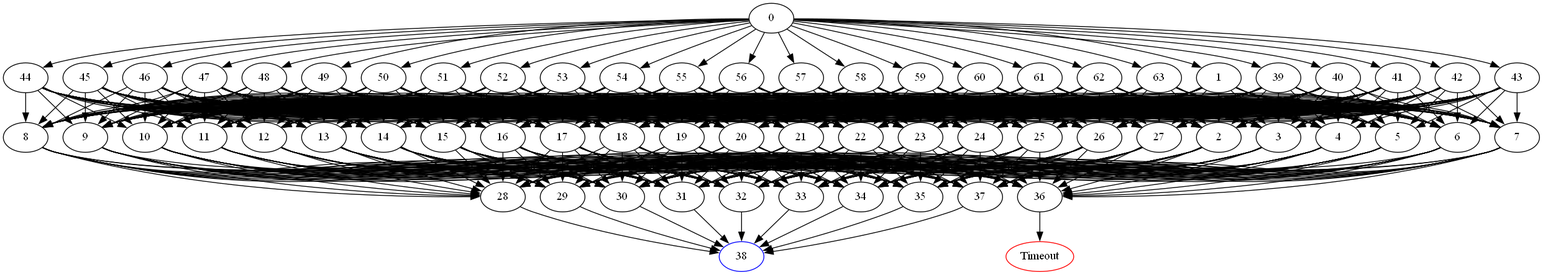
Above: DomainPicture/a8yj.05356.comdirected_graph.png in Asikl/MazeMapper (Graphviz), before the change. Its source is kept beside it as DomainPicture/a8yj.05356.comdirected_graph.dot. Its diagram source:
```dot
digraph G {
	0 -> 1;
	0 -> 39;
	0 -> 40;
	0 -> 41;
	0 -> 42;
	0 -> 43;
	0 -> 44;
	0 -> 45;
	0 -> 46;
	0 -> 47;
	0 -> 48;
	0 -> 49;
	0 -> 50;
	0 -> 51;
	0 -> 52;
	0 -> 53;
	0 -> 54;
	0 -> 55;
	0 -> 56;
	0 -> 57;
	0 -> 58;
	0 -> 59;
	0 -> 60;
	0 -> 61;
	0 -> 62;
	0 -> 63;
	1 -> 2;
	1 -> 3;
	1 -> 4;
	1 -> 5;
	1 -> 6;
	1 -> 7;
	1 -> 8;
	1 -> 9;
	1 -> 10;
	1 -> 11;
	1 -> 12;
	1 -> 13;
	1 -> 14;
	1 -> 15;
	1 -> 16;
	1 -> 17;
	1 -> 18;
	1 -> 19;
	1 -> 20;
	1 -> 21;
	1 -> 22;
	1 -> 23;
	1 -> 24;
	1 -> 25;
	1 -> 26;
	1 -> 27;
	2 -> 28;
	2 -> 29;
	2 -> 30;
	2 -> 31;
	2 -> 32;
	2 -> 33;
	2 -> 34;
	2 -> 35;
	2 -> 36;
	2 -> 37;
	3 -> 28;
	3 -> 29;
	3 -> 30;
	3 -> 31;
	3 -> 32;
	3 -> 33;
	3 -> 34;
	3 -> 35;
	3 -> 36;
	3 -> 37;
	4 -> 28;
	4 -> 29;
	4 -> 30;
	4 -> 31;
	4 -> 32;
	4 -> 33;
	4 -> 34;
	4 -> 35;
	4 -> 36;
	4 -> 37;
	5 -> 28;
	5 -> 29;
	5 -> 30;
	5 -> 31;
	5 -> 32;
	5 -> 33;
	5 -> 34;
	5 -> 35;
	5 -> 36;
	5 -> 37;
	6 -> 28;
	6 -> 29;
	6 -> 30;
	6 -> 31;
	6 -> 32;
	6 -> 33;
	6 -> 34;
	6 -> 35;
	6 -> 36;
	6 -> 37;
	7 -> 28;
	7 -> 29;
	7 -> 30;
	7 -> 31;
	7 -> 32;
	7 -> 33;
	7 -> 34;
	7 -> 35;
	7 -> 36;
	7 -> 37;
	8 -> 28;
	8 -> 29;
	8 -> 30;
	8 -> 31;
	8 -> 32;
	8 -> 33;
	8 -> 34;
	8 -> 35;
	8 -> 36;
	8 -> 37;
	9 -> 28;
	9 -> 29;
	9 -> 30;
	9 -> 31;
	9 -> 32;
	9 -> 33;
	9 -> 34;
	9 -> 35;
	9 -> 36;
	9 -> 37;
	10 -> 28;
	10 -> 29;
	10 -> 30;
	10 -> 31;
	10 -> 32;
	10 -> 33;
	10 -> 34;
	10 -> 35;
	10 -> 36;
	10 -> 37;
	11 -> 28;
	11 -> 29;
	11 -> 30;
	11 -> 31;
	11 -> 32;
	11 -> 33;
	11 -> 34;
	11 -> 35;
	11 -> 36;
	11 -> 37;
	12 -> 28;
	12 -> 29;
	12 -> 30;
	12 -> 31;
	12 -> 32;
	12 -> 33;
	12 -> 34;
	12 -> 35;
	12 -> 36;
	12 -> 37;
	13 -> 28;
	13 -> 29;
	13 -> 30;
	13 -> 31;
	13 -> 32;
	13 -> 33;
	13 -> 34;
	13 -> 35;
	13 -> 36;
	13 -> 37;
	14 -> 28;
	14 -> 29;
	14 -> 30;
	14 -> 31;
	14 -> 32;
	14 -> 33;
	14 -> 34;
	14 -> 35;
	14 -> 36;
	14 -> 37;
	15 -> 28;
	15 -> 29;
	15 -> 30;
	15 -> 31;
	15 -> 32;
	15 -> 33;
	15 -> 34;
	15 -> 35;
	15 -> 36;
	15 -> 37;
	16 -> 28;
	16 -> 29;
	16 -> 30;
	16 -> 31;
	16 -> 32;
	16 -> 33;
	16 -> 34;
	16 -> 35;
	16 -> 36;
	16 -> 37;
	17 -> 28;
	17 -> 29;
	17 -> 30;
	17 -> 31;
	17 -> 32;
	17 -> 33;
	17 -> 34;
	17 -> 35;
	17 -> 36;
	17 -> 37;
	18 -> 28;
	18 -> 29;
	18 -> 30;
	18 -> 31;
	18 -> 32;
	18 -> 33;
	18 -> 34;
	18 -> 35;
	18 -> 36;
	18 -> 37;
	19 -> 28;
	19 -> 29;
	19 -> 30;
	19 -> 31;
	19 -> 32;
	19 -> 33;
	19 -> 34;
	19 -> 35;
	19 -> 36;
	19 -> 37;
	20 -> 28;
	20 -> 29;
	20 -> 30;
	20 -> 31;
	20 -> 32;
	20 -> 33;
	20 -> 34;
	20 -> 35;
	20 -> 36;
	20 -> 37;
	21 -> 28;
	21 -> 29;
	21 -> 30;
	21 -> 31;
	21 -> 32;
	21 -> 33;
	21 -> 34;
	21 -> 35;
	21 -> 36;
	21 -> 37;
	22 -> 28;
	22 -> 29;
	22 -> 30;
	22 -> 31;
	22 -> 32;
	22 -> 33;
	22 -> 34;
	22 -> 35;
	22 -> 36;
	22 -> 37;
	23 -> 28;
	23 -> 29;
	23 -> 30;
	23 -> 31;
	23 -> 32;
	23 -> 33;
	23 -> 34;
	23 -> 35;
	23 -> 36;
	23 -> 37;
	24 -> 28;
	24 -> 29;
	24 -> 30;
	24 -> 31;
	24 -> 32;
	24 -> 33;
	24 -> 34;
	24 -> 35;
	24 -> 36;
	24 -> 37;
	25 -> 28;
	25 -> 29;
	25 -> 30;
	25 -> 31;
	25 -> 32;
	25 -> 33;
	25 -> 34;
	25 -> 35;
	25 -> 36;
	25 -> 37;
	26 -> 28;
	26 -> 29;
	26 -> 30;
	26 -> 31;
	26 -> 32;
	26 -> 33;
	26 -> 34;
	26 -> 35;
	26 -> 36;
	26 -> 37;
	27 -> 28;
	27 -> 29;
	27 -> 30;
	27 -> 31;
	27 -> 32;
	27 -> 33;
	27 -> 34;
	27 -> 35;
	27 -> 36;
	27 -> 37;
	28 -> "38";
38 [color=blue];
	29 -> "38";
38 [color=blue];
	30 -> "38";
38 [color=blue];
	31 -> "38";
38 [color=blue];
	32 -> "38";
38 [color=blue];
	33 -> "38";
38 [color=blue];
	34 -> "38";
38 [color=blue];
	35 -> "38";
38 [color=blue];
	36 -> "Timeout";
Timeout [color=red];
	37 -> "38";
38 [color=blue];
	39 -> 2;
	39 -> 3;
	39 -> 4;
	39 -> 5;
	39 -> 6;
	39 -> 7;
	39 -> 8;
	39 -> 9;
	39 -> 10;
	39 -> 11;
	39 -> 12;
	39 -> 13;
	39 -> 14;
	39 -> 15;
	39 -> 16;
	39 -> 17;
	39 -> 18;
	39 -> 19;
	39 -> 20;
	39 -> 21;
	39 -> 22;
	39 -> 23;
	39 -> 24;
	39 -> 25;
	39 -> 26;
	39 -> 27;
	40 -> 2;
	40 -> 3;
	40 -> 4;
	40 -> 5;
	40 -> 6;
	40 -> 7;
	40 -> 8;
	40 -> 9;
	40 -> 10;
	40 -> 11;
	40 -> 12;
	40 -> 13;
	40 -> 14;
	40 -> 15;
	40 -> 16;
	40 -> 17;
	40 -> 18;
	40 -> 19;
	40 -> 20;
	40 -> 21;
	40 -> 22;
	40 -> 23;
	40 -> 24;
	40 -> 25;
	40 -> 26;
	40 -> 27;
	41 -> 2;
	41 -> 3;
	41 -> 4;
	41 -> 5;
	41 -> 6;
	41 -> 7;
	41 -> 8;
	41 -> 9;
	41 -> 10;
	41 -> 11;
	41 -> 12;
	41 -> 13;
	41 -> 14;
	41 -> 15;
	41 -> 16;
	41 -> 17;
	41 -> 18;
	41 -> 19;
	41 -> 20;
	41 -> 21;
	41 -> 22;
	41 -> 23;
	41 -> 24;
	41 -> 25;
	41 -> 26;
	41 -> 27;
	42 -> 2;
	42 -> 3;
	42 -> 4;
	42 -> 5;
	42 -> 6;
	42 -> 7;
	42 -> 8;
	42 -> 9;
	42 -> 10;
	42 -> 11;
	42 -> 12;
	42 -> 13;
	42 -> 14;
	42 -> 15;
	42 -> 16;
	42 -> 17;
	42 -> 18;
	42 -> 19;
	42 -> 20;
	42 -> 21;
	42 -> 22;
	42 -> 23;
	42 -> 24;
	42 -> 25;
	42 -> 26;
	42 -> 27;
	43 -> 2;
	43 -> 3;
	43 -> 4;
	43 -> 5;
	43 -> 6;
	43 -> 7;
	43 -> 8;
	43 -> 9;
	43 -> 10;
	43 -> 11;
	43 -> 12;
	43 -> 13;
	43 -> 14;
	43 -> 15;
	43 -> 16;
	43 -> 17;
	43 -> 18;
	43 -> 19;
	43 -> 20;
	43 -> 21;
	43 -> 22;
	43 -> 23;
	43 -> 24;
	43 -> 25;
	43 -> 26;
	43 -> 27;
	44 -> 2;
	44 -> 3;
	44 -> 4;
	44 -> 5;
	44 -> 6;
	44 -> 7;
	44 -> 8;
	44 -> 9;
	44 -> 10;
	44 -> 11;
	44 -> 12;
	44 -> 13;
	44 -> 14;
	44 -> 15;
	44 -> 16;
	44 -> 17;
	44 -> 18;
	44 -> 19;
	44 -> 20;
	44 -> 21;
	44 -> 22;
	44 -> 23;
	44 -> 24;
	44 -> 25;
	44 -> 26;
	44 -> 27;
	45 -> 2;
	45 -> 3;
	45 -> 4;
	45 -> 5;
	45 -> 6;
	45 -> 7;
	45 -> 8;
	45 -> 9;
	45 -> 10;
	45 -> 11;
	45 -> 12;
	45 -> 13;
	45 -> 14;
	45 -> 15;
	45 -> 16;
	45 -> 17;
	45 -> 18;
	45 -> 19;
	45 -> 20;
	45 -> 21;
	45 -> 22;
	45 -> 23;
	45 -> 24;
	45 -> 25;
	45 -> 26;
	45 -> 27;
	46 -> 2;
	46 -> 3;
	46 -> 4;
	46 -> 5;
	46 -> 6;
	46 -> 7;
	46 -> 8;
	46 -> 9;
	46 -> 10;
	46 -> 11;
	46 -> 12;
	46 -> 13;
	46 -> 14;
	46 -> 15;
	46 -> 16;
	46 -> 17;
	46 -> 18;
	46 -> 19;
	46 -> 20;
	46 -> 21;
	46 -> 22;
	46 -> 23;
	46 -> 24;
	46 -> 25;
	46 -> 26;
	46 -> 27;
	47 -> 2;
	47 -> 3;
	47 -> 4;
	47 -> 5;
	47 -> 6;
	47 -> 7;
	47 -> 8;
	47 -> 9;
	47 -> 10;
	47 -> 11;
	47 -> 12;
	47 -> 13;
	47 -> 14;
	47 -> 15;
	47 -> 16;
	47 -> 17;
	47 -> 18;
	47 -> 19;
	47 -> 20;
	47 -> 21;
	47 -> 22;
	47 -> 23;
	47 -> 24;
	47 -> 25;
	47 -> 26;
	47 -> 27;
	48 -> 2;
	48 -> 3;
	48 -> 4;
	48 -> 5;
	48 -> 6;
	48 -> 7;
	48 -> 8;
	48 -> 9;
	48 -> 10;
	48 -> 11;
	48 -> 12;
	48 -> 13;
	48 -> 14;
	48 -> 15;
	48 -> 16;
	48 -> 17;
	48 -> 18;
	48 -> 19;
	48 -> 20;
	48 -> 21;
	48 -> 22;
	48 -> 23;
	48 -> 24;
	48 -> 25;
	48 -> 26;
	48 -> 27;
	49 -> 2;
	49 -> 3;
	49 -> 4;
	49 -> 5;
	49 -> 6;
	49 -> 7;
	49 -> 8;
	49 -> 9;
	49 -> 10;
	49 -> 11;
	49 -> 12;
	49 -> 13;
	49 -> 14;
	49 -> 15;
	49 -> 16;
	49 -> 17;
	49 -> 18;
	49 -> 19;
	49 -> 20;
	49 -> 21;
	49 -> 22;
	49 -> 23;
	49 -> 24;
	49 -> 25;
	49 -> 26;
	49 -> 27;
	50 -> 2;
	50 -> 3;
	50 -> 4;
	50 -> 5;
	50 -> 6;
	50 -> 7;
	50 -> 8;
	50 -> 9;
	50 -> 10;
	50 -> 11;
	50 -> 12;
	50 -> 13;
	50 -> 14;
	50 -> 15;
	50 -> 16;
	50 -> 17;
	50 -> 18;
	50 -> 19;
	50 -> 20;
	50 -> 21;
	50 -> 22;
	50 -> 23;
	50 -> 24;
	50 -> 25;
	50 -> 26;
	50 -> 27;
	51 -> 2;
	51 -> 3;
	51 -> 4;
	51 -> 5;
	51 -> 6;
	51 -> 7;
	51 -> 8;
	51 -> 9;
	51 -> 10;
	51 -> 11;
	51 -> 12;
	51 -> 13;
	51 -> 14;
	51 -> 15;
	51 -> 16;
	51 -> 17;
	51 -> 18;
	51 -> 19;
	51 -> 20;
	51 -> 21;
	51 -> 22;
	51 -> 23;
	51 -> 24;
	51 -> 25;
	51 -> 26;
	51 -> 27;
	52 -> 2;
	52 -> 3;
	52 -> 4;
	52 -> 5;
	52 -> 6;
	52 -> 7;
	52 -> 8;
	52 -> 9;
	52 -> 10;
	52 -> 11;
	52 -> 12;
	52 -> 13;
	52 -> 14;
	52 -> 15;
	52 -> 16;
	52 -> 17;
	52 -> 18;
	52 -> 19;
	52 -> 20;
	52 -> 21;
	52 -> 22;
	52 -> 23;
	52 -> 24;
	52 -> 25;
	52 -> 26;
	52 -> 27;
	53 -> 2;
	53 -> 3;
	53 -> 4;
	53 -> 5;
	53 -> 6;
	53 -> 7;
	53 -> 8;
	53 -> 9;
	53 -> 10;
	53 -> 11;
	53 -> 12;
	53 -> 13;
	53 -> 14;
	53 -> 15;
	53 -> 16;
	53 -> 17;
	53 -> 18;
	53 -> 19;
	53 -> 20;
	53 -> 21;
	53 -> 22;
	53 -> 23;
	53 -> 24;
	53 -> 25;
	53 -> 26;
	53 -> 27;
	54 -> 2;
	54 -> 3;
	54 -> 4;
	54 -> 5;
	54 -> 6;
	54 -> 7;
	54 -> 8;
	54 -> 9;
	54 -> 10;
	54 -> 11;
	54 -> 12;
	54 -> 13;
	54 -> 14;
	54 -> 15;
	54 -> 16;
	54 -> 17;
	54 -> 18;
	54 -> 19;
	54 -> 20;
	54 -> 21;
	54 -> 22;
	54 -> 23;
	54 -> 24;
	54 -> 25;
	54 -> 26;
	54 -> 27;
	55 -> 2;
	55 -> 3;
	55 -> 4;
	55 -> 5;
	55 -> 6;
	55 -> 7;
	55 -> 8;
	55 -> 9;
	55 -> 10;
	55 -> 11;
	55 -> 12;
	55 -> 13;
	55 -> 14;
	55 -> 15;
	55 -> 16;
	55 -> 17;
	55 -> 18;
	55 -> 19;
	55 -> 20;
	55 -> 21;
	55 -> 22;
	55 -> 23;
	55 -> 24;
	55 -> 25;
	55 -> 26;
	55 -> 27;
	56 -> 2;
	56 -> 3;
	56 -> 4;
	56 -> 5;
	56 -> 6;
	56 -> 7;
	56 -> 8;
	56 -> 9;
	56 -> 10;
	56 -> 11;
	56 -> 12;
	56 -> 13;
	56 -> 14;
	56 -> 15;
	56 -> 16;
	56 -> 17;
	56 -> 18;
	56 -> 19;
	56 -> 20;
	56 -> 21;
	56 -> 22;
	56 -> 23;
	56 -> 24;
	56 -> 25;
	56 -> 26;
	56 -> 27;
	57 -> 2;
	57 -> 3;
	57 -> 4;
	57 -> 5;
	57 -> 6;
	57 -> 7;
	57 -> 8;
	57 -> 9;
	57 -> 10;
	57 -> 11;
	57 -> 12;
	57 -> 13;
	57 -> 14;
	57 -> 15;
	57 -> 16;
	57 -> 17;
	57 -> 18;
	57 -> 19;
	57 -> 20;
	57 -> 21;
	57 -> 22;
	57 -> 23;
	57 -> 24;
	57 -> 25;
	57 -> 26;
	57 -> 27;
	58 -> 2;
	58 -> 3;
	58 -> 4;
	58 -> 5;
	58 -> 6;
	58 -> 7;
	58 -> 8;
	58 -> 9;
	58 -> 10;
	58 -> 11;
	58 -> 12;
	58 -> 13;
	58 -> 14;
	58 -> 15;
	58 -> 16;
	58 -> 17;
	58 -> 18;
	58 -> 19;
	58 -> 20;
	58 -> 21;
	58 -> 22;
	58 -> 23;
	58 -> 24;
	58 -> 25;
	58 -> 26;
	58 -> 27;
	59 -> 2;
	59 -> 3;
	59 -> 4;
	59 -> 5;
	59 -> 6;
	59 -> 7;
	59 -> 8;
	59 -> 9;
	59 -> 10;
	59 -> 11;
	59 -> 12;
	59 -> 13;
	59 -> 14;
	59 -> 15;
	59 -> 16;
	59 -> 17;
	59 -> 18;
	59 -> 19;
	59 -> 20;
	59 -> 21;
	59 -> 22;
	59 -> 23;
	59 -> 24;
	59 -> 25;
	59 -> 26;
	59 -> 27;
	60 -> 2;
	60 -> 3;
	60 -> 4;
	60 -> 5;
	60 -> 6;
	60 -> 7;
	60 -> 8;
	60 -> 9;
	60 -> 10;
	60 -> 11;
	60 -> 12;
	60 -> 13;
	60 -> 14;
	60 -> 15;
	60 -> 16;
	60 -> 17;
	60 -> 18;
	60 -> 19;
	60 -> 20;
	60 -> 21;
	60 -> 22;
	60 -> 23;
	60 -> 24;
	60 -> 25;
	60 -> 26;
	60 -> 27;
	61 -> 2;
	61 -> 3;
	61 -> 4;
	61 -> 5;
	61 -> 6;
	61 -> 7;
	61 -> 8;
	61 -> 9;
	61 -> 10;
	61 -> 11;
	61 -> 12;
	61 -> 13;
	61 -> 14;
	61 -> 15;
	61 -> 16;
	61 -> 17;
	61 -> 18;
	61 -> 19;
	61 -> 20;
	61 -> 21;
	61 -> 22;
	61 -> 23;
	61 -> 24;
	61 -> 25;
	61 -> 26;
	61 -> 27;
	62 -> 2;
	62 -> 3;
	62 -> 4;
	62 -> 5;
	62 -> 6;
	62 -> 7;
	62 -> 8;
	62 -> 9;
	62 -> 10;
	62 -> 11;
	62 -> 12;
	62 -> 13;
	62 -> 14;
	62 -> 15;
	62 -> 16;
	62 -> 17;
	62 -> 18;
	62 -> 19;
	62 -> 20;
	62 -> 21;
	62 -> 22;
	62 -> 23;
	62 -> 24;
	62 -> 25;
	62 -> 26;
	62 -> 27;
	63 -> 2;
	63 -> 3;
	63 -> 4;
	63 -> 5;
	63 -> 6;
	63 -> 7;
	63 -> 8;
	63 -> 9;
	63 -> 10;
	63 -> 11;
	63 -> 12;
	63 -> 13;
	63 -> 14;
	63 -> 15;
	63 -> 16;
	63 -> 17;
	63 -> 18;
	63 -> 19;
	63 -> 20;
	63 -> 21;
	63 -> 22;
	63 -> 23;
	63 -> 24;
	63 -> 25;
	63 -> 26;
	63 -> 27;
}
```
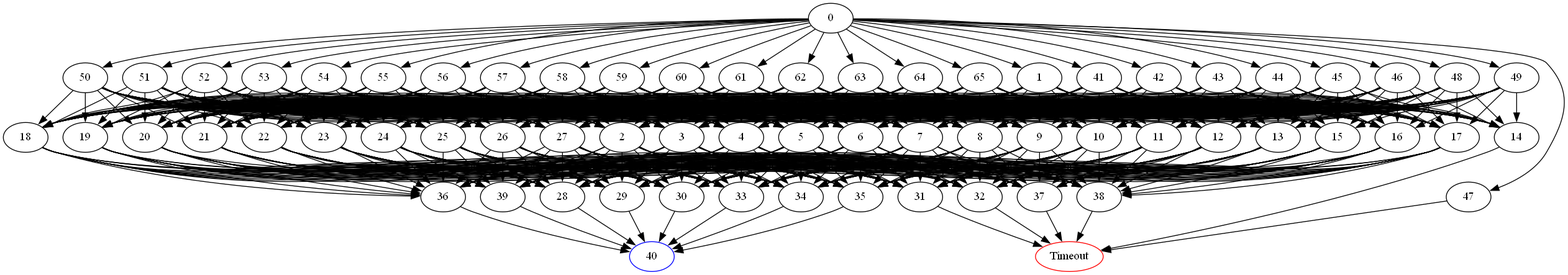
The same file after the commit.

What changed in the source:
```diff
@@ -1,7 +1,5 @@
 digraph G {
 	0 -> 1;
-	0 -> 39;
-	0 -> 40;
 	0 -> 41;
 	0 -> 42;
 	0 -> 43;
@@ -25,6 +23,8 @@
 	0 -> 61;
 	0 -> 62;
 	0 -> 63;
+	0 -> 64;
+	0 -> 65;
 	1 -> 2;
 	1 -> 3;
 	1 -> 4;
@@ -61,6 +61,8 @@
 	2 -> 35;
 	2 -> 36;
 	2 -> 37;
+	2 -> 38;
+	2 -> 39;
 	3 -> 28;
 	3 -> 29;
 	3 -> 30;
@@ -71,6 +73,8 @@
 	3 -> 35;
 	3 -> 36;
 	3 -> 37;
+	3 -> 38;
+	3 -> 39;
 	4 -> 28;
 	4 -> 29;
 	4 -> 30;
@@ -81,6 +85,8 @@
 	4 -> 35;
 	4 -> 36;
 	4 -> 37;
+	4 -> 38;
+	4 -> 39;
 	5 -> 28;
 	5 -> 29;
 	5 -> 30;
@@ -91,6 +97,8 @@
 	5 -> 35;
 	5 -> 36;
 	5 -> 37;
+	5 -> 38;
+	5 -> 39;
 	6 -> 28;
 	6 -> 29;
 	6 -> 30;
@@ -101,6 +109,8 @@
 	6 -> 35;
 	6 -> 36;
 	6 -> 37;
+	6 -> 38;
+	6 -> 39;
 	7 -> 28;
 	7 -> 29;
 	7 -> 30;
@@ -111,6 +121,8 @@
 	7 -> 35;
 	7 -> 36;
 	7 -> 37;
+	7 -> 38;
+	7 -> 39;
 	8 -> 28;
 	8 -> 29;
 	8 -> 30;
@@ -121,6 +133,8 @@
 	8 -> 35;
 	8 -> 36;
 	8 -> 37;
+	8 -> 38;
+	8 -> 39;
 	9 -> 28;
 	9 -> 29;
 	9 -> 30;
@@ -131,6 +145,8 @@
 	9 -> 35;
 	9 -> 36;
 	9 -> 37;
+	9 -> 38;
+	9 -> 39;
 	10 -> 28;
 	10 -> 29;
 	10 -> 30;
@@ -141,6 +157,8 @@
 	10 -> 35;
 	10 -> 36;
 	10 -> 37;
+	10 -> 38;
+	10 -> 39;
 	11 -> 28;
 	11 -> 29;
 	11 -> 30;
@@ -151,6 +169,8 @@
 	11 -> 35;
 	11 -> 36;
 	11 -> 37;
+	11 -> 38;
+	11 -> 39;
 	12 -> 28;
 	12 -> 29;
 	12 -> 30;
@@ -161,6 +181,8 @@
 	12 -> 35;
 	12 -> 36;
 	12 -> 37;
+	12 -> 38;
+	12 -> 39;
 	13 -> 28;
 	13 -> 29;
 	13 -> 30;
@@ -171,16 +193,10 @@
 	13 -> 35;
 	13 -> 36;
 	13 -> 37;
-	14 -> 28;
-	14 -> 29;
-	14 -> 30;
-	14 -> 31;
-	14 -> 32;
-	14 -> 33;
-	14 -> 34;
-	14 -> 35;
-	14 -> 36;
-	14 -> 37;
+	13 -> 38;
+	13 -> 39;
+	14 -> "Timeout";
+Timeout [color=red];
 	15 -> 28;
 	15 -> 29;
 	15 -> 30;
@@ -191,6 +207,8 @@
 	15 -> 35;
 	15 -> 36;
 	15 -> 37;
+	15 -> 38;
+	15 -> 39;
 	16 -> 28;
 	16 -> 29;
 	16 -> 30;
@@ -201,6 +219,8 @@
 	16 -> 35;
 	16 -> 36;
 	16 -> 37;
+	16 -> 38;
+	16 -> 39;
 	17 -> 28;
 	17 -> 29;
 	17 -> 30;
@@ -211,6 +231,8 @@
 	17 -> 35;
 	17 -> 36;
 	17 -> 37;
+	17 -> 38;
+	17 -> 39;
 	18 -> 28;
 	18 -> 29;
 	18 -> 30;
@@ -221,6 +243,8 @@
 	18 -> 35;
 	18 -> 36;
 	18 -> 37;
+	18 -> 38;
+	18 -> 39;
 	19 -> 28;
 	19 -> 29;
 	19 -> 30;
@@ -231,6 +255,8 @@
 	19 -> 35;
 	19 -> 36;
 	19 -> 37;
+	19 -> 38;
+	19 -> 39;
 	20 -> 28;
 	20 -> 29;
 	20 -> 30;
@@ -241,6 +267,8 @@
 	20 -> 35;
 	20 -> 36;
 	20 -> 37;
+	20 -> 38;
+	20 -> 39;
 	21 -> 28;
 	21 -> 29;
 	21 -> 30;
@@ -251,6 +279,8 @@
 	21 -> 35;
 	21 -> 36;
 	21 -> 37;
+	21 -> 38;
+	21 -> 39;
 	22 -> 28;
 	22 -> 29;
 	22 -> 30;
@@ -261,6 +291,8 @@
 	22 -> 35;
 	22 -> 36;
 	22 -> 37;
+	22 -> 38;
+	22 -> 39;
 	23 -> 28;
 	23 -> 29;
 	23 -> 30;
@@ -271,6 +303,8 @@
 	23 -> 35;
 	23 -> 36;
 	23 -> 37;
+	23 -> 38;
+	23 -> 39;
 	24 -> 28;
 	24 -> 29;
 	24 -> 30;
@@ -281,6 +315,8 @@
 	24 -> 35;
 	24 -> 36;
 	24 -> 37;
+	24 -> 38;
+	24 -> 39;
 	25 -> 28;
 	25 -> 29;
 	25 -> 30;
@@ -291,6 +327,8 @@
 	25 -> 35;
 	25 -> 36;
 	25 -> 37;
+	25 -> 38;
+	25 -> 39;
 	26 -> 28;
 	26 -> 29;
 	26 -> 30;
@@ -301,6 +339,8 @@
 	26 -> 35;
 	26 -> 36;
 	26 -> 37;
+	26 -> 38;
+	26 -> 39;
 	27 -> 28;
 	27 -> 29;
 	27 -> 30;
@@ -311,78 +351,32 @@
 	27 -> 35;
 	27 -> 36;
 	27 -> 37;
-	28 -> "38";
-38 [color=blue];
-	29 -> "38";
-38 [color=blue];
-	30 -> "38";
-38 [color=blue];
-	31 -> "38";
-38 [color=blue];
-	32 -> "38";
-38 [color=blue];
-	33 -> "38";
-38 [color=blue];
-	34 -> "38";
-38 [color=blue];
-	35 -> "38";
-38 [color=blue];
-	36 -> "Timeout";
+	27 -> 38;
+	27 -> 39;
+	28 -> "40";
+40 [color=blue];
+	29 -> "40";
+40 [color=blue];
+	30 -> "40";
+40 [color=blue];
+	31 -> "Timeout";
 Timeout [color=red];
-	37 -> "38";
-38 [color=blue];
-	39 -> 2;
-	39 -> 3;
-	39 -> 4;
-	39 -> 5;
-	39 -> 6;
-	39 -> 7;
-	39 -> 8;
-	39 -> 9;
-	39 -> 10;
-	39 -> 11;
-	39 -> 12;
-	39 -> 13;
-	39 -> 14;
-	39 -> 15;
-	39 -> 16;
-	39 -> 17;
-	39 -> 18;
-	39 -> 19;
-	39 -> 20;
-	39 -> 21;
-	39 -> 22;
-	39 -> 23;
-	39 -> 24;
-	39 -> 25;
-	39 -> 26;
-	39 -> 27;
-	40 -> 2;
-	40 -> 3;
-	40 -> 4;
-	40 -> 5;
-	40 -> 6;
-	40 -> 7;
-	40 -> 8;
-	40 -> 9;
-	40 -> 10;
-	40 -> 11;
-	40 -> 12;
-	40 -> 13;
-	40 -> 14;
-	40 -> 15;
-	40 -> 16;
-	40 -> 17;
-	40 -> 18;
-	40 -> 19;
-	40 -> 20;
-	40 -> 21;
-	40 -> 22;
-	40 -> 23;
-	40 -> 24;
-	40 -> 25;
-	40 -> 26;
-	40 -> 27;
+	32 -> "Timeout";
+Timeout [color=red];
+	33 -> "40";
+40 [color=blue];
+	34 -> "40";
+40 [color=blue];
+	35 -> "40";
+40 [color=blue];
+	36 -> "40";
+40 [color=blue];
+	37 -> "Timeout";
+Timeout [color=red];
+	38 -> "Timeout";
+Timeout [color=red];
+	39 -> "40";
+40 [color=blue];
 	41 -> 2;
 	41 -> 3;
 	41 -> 4;
@@ -539,32 +533,8 @@
 	46 -> 25;
 	46 -> 26;
 	46 -> 27;
-	47 -> 2;
-	47 -> 3;
-	47 -> 4;
-	47 -> 5;
-	47 -> 6;
-	47 -> 7;
-	47 -> 8;
-	47 -> 9;
-	47 -> 10;
-	47 -> 11;
-	47 -> 12;
-	47 -> 13;
-	47 -> 14;
-	47 -> 15;
-	47 -> 16;
-	47 -> 17;
-	47 -> 18;
-	47 -> 19;
-	47 -> 20;
-	47 -> 21;
-	47 -> 22;
-	47 -> 23;
-	47 -> 24;
-	47 -> 25;
-	47 -> 26;
-	47 -> 27;
+	47 -> "Timeout";
+Timeout [color=red];
 	48 -> 2;
 	48 -> 3;
 	48 -> 4;
@@ -981,4 +951,56 @@
 	63 -> 25;
 	63 -> 26;
 	63 -> 27;
+	64 -> 2;
+	64 -> 3;
+	64 -> 4;
+	64 -> 5;
+	64 -> 6;
+	64 -> 7;
+	64 -> 8;
+	64 -> 9;
+	64 -> 10;
+	64 -> 11;
+	64 -> 12;
+	64 -> 13;
+	64 -> 14;
+	64 -> 15;
+	64 -> 16;
+	64 -> 17;
+	64 -> 18;
+	64 -> 19;
+	64 -> 20;
+	64 -> 21;
+	64 -> 22;
+	64 -> 23;
+	64 -> 24;
+	64 -> 25;
+	64 -> 26;
+	64 -> 27;
+	65 -> 2;
+	65 -> 3;
+	65 -> 4;
+	65 -> 5;
+	65 -> 6;
+	65 -> 7;
+	65 -> 8;
+	65 -> 9;
+	65 -> 10;
+	65 -> 11;
+	65 -> 12;
+	65 -> 13;
+	65 -> 14;
+	65 -> 15;
+	65 -> 16;
+	65 -> 17;
+	65 -> 18;
+	65 -> 19;
+	65 -> 20;
+	65 -> 21;
+	65 -> 22;
+	65 -> 23;
+	65 -> 24;
+	65 -> 25;
+	65 -> 26;
+	65 -> 27;
 }
```
